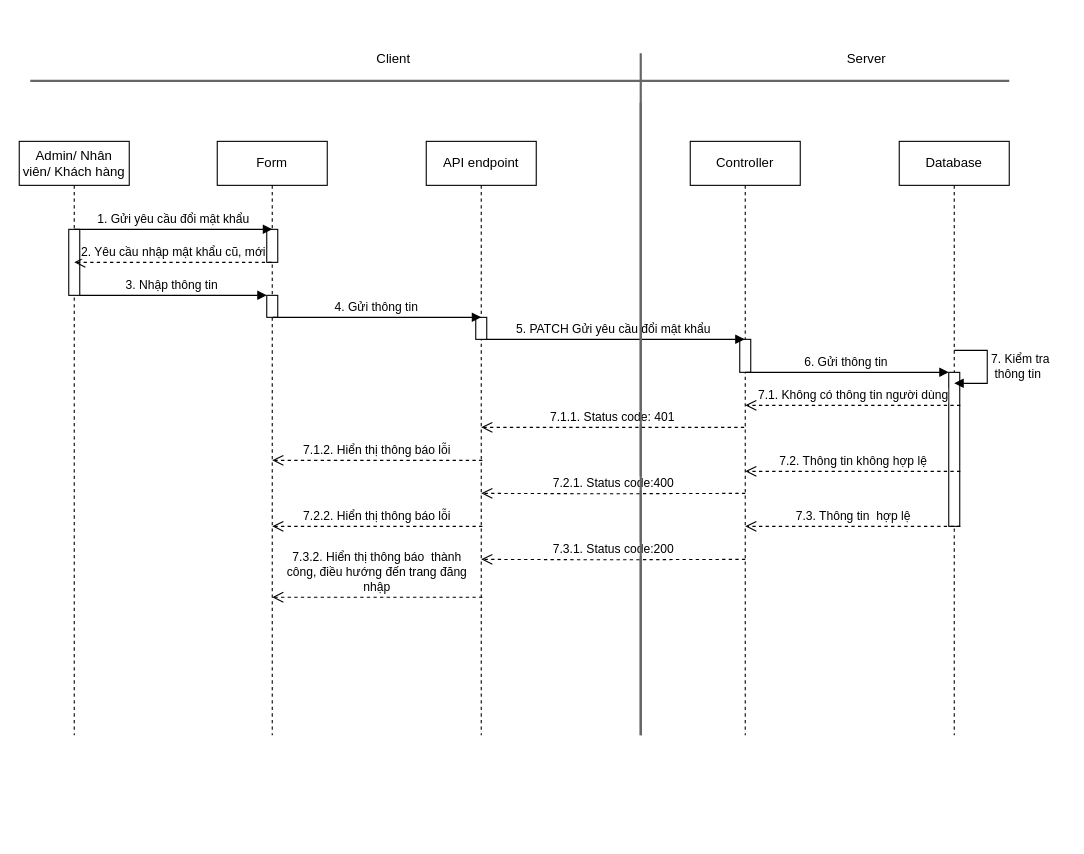
The draw.io diagram page "Page-1" (1 of 5) of SD/SD_QUANLYTAIKHOANCANHAN.drawio in hieuNV0871/da, before the edit. Source tidied: cells renumbered, new cells numbered last; positions are measured from the earlier drawing's top-left corner, leaving out a move shared by most shapes. Both pictures are drawn from the tidied source at 110%, with x=0, y=0 at pixel (19, 42).
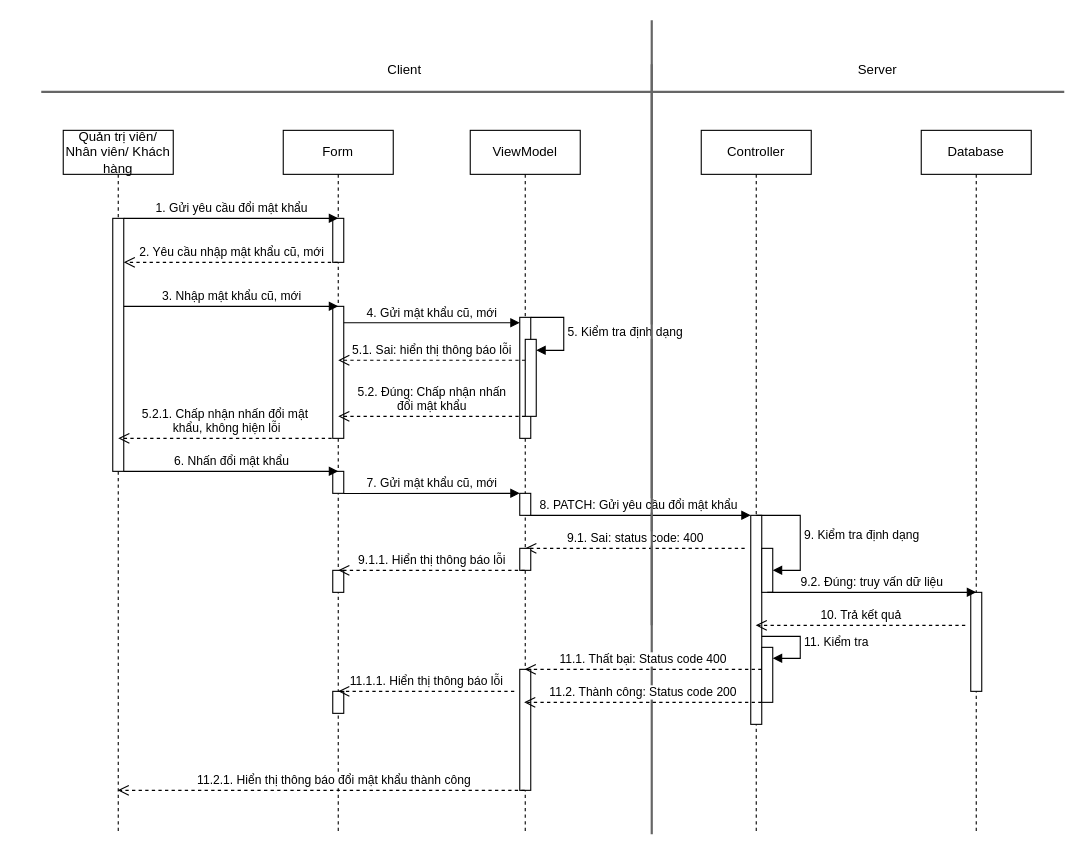
Above is the later version.

The edit, as a diff of the source:
```diff
@@
-    <mxCell id="2" value="Admin/ Nhân viên/ Khách hàng" style="shape=umlLifeline;perimeter=lifelinePerimeter;whiteSpace=wrap;html=1;newEdgeStyle={&quot;curved&quot;:0,&quot;rounded&quot;:0};" parent="1" vertex="1">
-      <mxGeometry y="90" width="100" height="540" as="geometry" />
-    </mxCell>
-    <mxCell id="3" style="html=1;points=[[0,0,0,0,5],[0,1,0,0,-5],[1,0,0,0,5],[1,1,0,0,-5]];perimeter=orthogonalPerimeter;outlineConnect=0;targetShapes=umlLifeline;portConstraint=eastwest;newEdgeStyle={&quot;curved&quot;:0,&quot;rounded&quot;:0};" parent="2" vertex="1">
-      <mxGeometry x="45" y="80" width="10" height="60" as="geometry" />
-    </mxCell>
+    <mxCell id="34" style="line;strokeWidth=2;direction=south;html=1;fillColor=#f5f5f5;fontColor=#333333;strokeColor=#666666;" parent="1" vertex="1">
+      <mxGeometry x="570" y="-20" width="10" height="550" as="geometry" />
+    </mxCell>
+    <mxCell id="35" value="Quản trị viên/ Nhân viên/ Khách hàng" style="shape=umlLifeline;perimeter=lifelinePerimeter;whiteSpace=wrap;html=1;outlineConnect=0;portConstraint=eastwest;newEdgeStyle={&quot;curved&quot;:0,&quot;rounded&quot;:0};" parent="1" vertex="1">
+      <mxGeometry x="40" y="80" width="100" height="640" as="geometry" />
+    </mxCell>
+    <mxCell id="36" style="html=1;points=[[0,0,0,0,5],[0,1,0,0,-5],[1,0,0,0,5],[1,1,0,0,-5]];perimeter=orthogonalPerimeter;outlineConnect=0;targetShapes=umlLifeline;portConstraint=eastwest;newEdgeStyle={&quot;curved&quot;:0,&quot;rounded&quot;:0};" parent="35" vertex="1">
+      <mxGeometry x="45" y="80" width="10" height="230" as="geometry" />
+    </mxCell>
     <mxCell id="4" value="Form" style="shape=umlLifeline;perimeter=lifelinePerimeter;whiteSpace=wrap;html=1;outlineConnect=0;portConstraint=eastwest;newEdgeStyle={&quot;curved&quot;:0,&quot;rounded&quot;:0};" parent="1" vertex="1">
-      <mxGeometry x="180" y="90" width="100" height="540" as="geometry" />
+      <mxGeometry x="240" y="80" width="100" height="640" as="geometry" />
     </mxCell>
-    <mxCell id="5" style="html=1;perimeter=orthogonalPerimeter;targetShapes=umlLifeline;newEdgeStyle={&quot;curved&quot;:0,&quot;rounded&quot;:0};" parent="4" vertex="1">
-      <mxGeometry x="45" y="80" width="10" height="30" as="geometry" />
-    </mxCell>
-    <mxCell id="6" style="html=1;points=[[0,0,0,0,5],[0,1,0,0,-5],[1,0,0,0,5],[1,1,0,0,-5]];perimeter=orthogonalPerimeter;outlineConnect=0;targetShapes=umlLifeline;portConstraint=eastwest;newEdgeStyle={&quot;curved&quot;:0,&quot;rounded&quot;:0};" parent="4" vertex="1">
-      <mxGeometry x="45" y="140" width="10" height="20" as="geometry" />
-    </mxCell>
+    <mxCell id="37" style="html=1;perimeter=orthogonalPerimeter;targetShapes=umlLifeline;newEdgeStyle={&quot;curved&quot;:0,&quot;rounded&quot;:0};" parent="4" vertex="1">
+      <mxGeometry x="45" y="80" width="10" height="40" as="geometry" />
+    </mxCell>
+    <mxCell id="38" style="html=1;points=[[0,0,0,0,5],[0,1,0,0,-5],[1,0,0,0,5],[1,1,0,0,-5]];perimeter=orthogonalPerimeter;outlineConnect=0;targetShapes=umlLifeline;portConstraint=eastwest;newEdgeStyle={&quot;curved&quot;:0,&quot;rounded&quot;:0};" parent="4" vertex="1">
+      <mxGeometry x="45" y="160" width="10" height="120" as="geometry" />
+    </mxCell>
+    <mxCell id="39" style="html=1;perimeter=orthogonalPerimeter;targetShapes=umlLifeline;newEdgeStyle={&quot;curved&quot;:0,&quot;rounded&quot;:0};" parent="4" vertex="1">
+      <mxGeometry x="45" y="310" width="10" height="20" as="geometry" />
+    </mxCell>
+    <mxCell id="40" style="html=1;perimeter=orthogonalPerimeter;targetShapes=umlLifeline;newEdgeStyle={&quot;curved&quot;:0,&quot;rounded&quot;:0};" parent="4" vertex="1">
+      <mxGeometry x="45" y="400" width="10" height="20" as="geometry" />
+    </mxCell>
+    <mxCell id="41" style="html=1;perimeter=orthogonalPerimeter;targetShapes=umlLifeline;newEdgeStyle={&quot;curved&quot;:0,&quot;rounded&quot;:0};" parent="4" vertex="1">
+      <mxGeometry x="45" y="510" width="10" height="20" as="geometry" />
+    </mxCell>
     <mxCell id="7" value="Controller" style="shape=umlLifeline;perimeter=lifelinePerimeter;whiteSpace=wrap;html=1;outlineConnect=0;portConstraint=eastwest;newEdgeStyle={&quot;curved&quot;:0,&quot;rounded&quot;:0};" parent="1" vertex="1">
-      <mxGeometry x="610" y="90" width="100" height="540" as="geometry" />
+      <mxGeometry x="620" y="80" width="100" height="640" as="geometry" />
     </mxCell>
-    <mxCell id="8" style="html=1;perimeter=orthogonalPerimeter;targetShapes=umlLifeline;newEdgeStyle={&quot;curved&quot;:0,&quot;rounded&quot;:0};" parent="7" vertex="1">
-      <mxGeometry x="45" y="180" width="10" height="30" as="geometry" />
-    </mxCell>
+    <mxCell id="42" style="html=1;points=[[0,0,0,0,5],[0,1,0,0,-5],[1,0,0,0,5],[1,1,0,0,-5]];perimeter=orthogonalPerimeter;outlineConnect=0;targetShapes=umlLifeline;portConstraint=eastwest;newEdgeStyle={&quot;curved&quot;:0,&quot;rounded&quot;:0};" parent="7" vertex="1">
+      <mxGeometry x="45" y="350" width="10" height="190" as="geometry" />
+    </mxCell>
+    <mxCell id="43" value="9. Kiểm tra định dạng" style="html=1;align=left;spacingLeft=2;endArrow=block;rounded=0;edgeStyle=orthogonalEdgeStyle;curved=0;rounded=0;exitX=0.5;exitY=0;exitDx=0;exitDy=0;exitPerimeter=0;" parent="7" edge="1" source="42" target="44">
+      <mxGeometry relative="1" as="geometry">
+        <Array as="points">
+          <mxPoint x="90" y="350" />
+          <mxPoint x="90" y="400" />
+        </Array>
+      </mxGeometry>
+    </mxCell>
+    <mxCell id="44" style="html=1;points=[[0,0,0,0,5],[0,1,0,0,-5],[1,0,0,0,5],[1,1,0,0,-5]];perimeter=orthogonalPerimeter;outlineConnect=0;targetShapes=umlLifeline;portConstraint=eastwest;newEdgeStyle={&quot;curved&quot;:0,&quot;rounded&quot;:0};" parent="7" vertex="1">
+      <mxGeometry x="55" y="380" width="10" height="40" as="geometry" />
+    </mxCell>
+    <mxCell id="45" style="html=1;points=[[0,0,0,0,5],[0,1,0,0,-5],[1,0,0,0,5],[1,1,0,0,-5]];perimeter=orthogonalPerimeter;outlineConnect=0;targetShapes=umlLifeline;portConstraint=eastwest;newEdgeStyle={&quot;curved&quot;:0,&quot;rounded&quot;:0};" parent="7" vertex="1">
+      <mxGeometry x="55" y="470" width="10" height="50" as="geometry" />
+    </mxCell>
+    <mxCell id="46" value="11. Kiểm tra" style="html=1;align=left;spacingLeft=2;endArrow=block;rounded=0;edgeStyle=orthogonalEdgeStyle;curved=0;rounded=0;" parent="7" edge="1" target="45">
+      <mxGeometry relative="1" as="geometry">
+        <mxPoint x="55" y="460" as="sourcePoint" />
+        <Array as="points">
+          <mxPoint x="90" y="460" />
+          <mxPoint x="90" y="480" />
+        </Array>
+      </mxGeometry>
+    </mxCell>
-    <mxCell id="9" value="2. Yêu cầu nhập mật khẩu cũ, mới" style="html=1;verticalAlign=bottom;endArrow=open;dashed=1;endSize=8;curved=0;rounded=0;" parent="1" edge="1">
+    <mxCell id="9" value="2. Yêu cầu nhập mật khẩu cũ, mới" style="html=1;verticalAlign=bottom;endArrow=open;dashed=1;endSize=8;curved=0;rounded=0;" parent="1" edge="1" source="4" target="36">
       <mxGeometry relative="1" as="geometry">
-        <mxPoint x="229.5" y="200" as="sourcePoint" />
-        <mxPoint x="50" y="200" as="targetPoint" />
         <Array as="points">
-          <mxPoint x="130" y="200" />
+          <mxPoint x="170" y="200" />
         </Array>
       </mxGeometry>
     </mxCell>
-    <mxCell id="10" value="3. Nhập thông tin&amp;nbsp;" style="html=1;verticalAlign=bottom;endArrow=block;curved=0;rounded=0;" parent="1" edge="1" source="3" target="6">
-      <mxGeometry relative="1" as="geometry" />
-    </mxCell>
+    <mxCell id="47" value="3. Nhập mật khẩu cũ, mới" style="html=1;verticalAlign=bottom;endArrow=block;curved=0;rounded=0;" parent="1" edge="1" source="36">
+      <mxGeometry x="0.01" relative="1" as="geometry">
+        <mxPoint x="290" y="240" as="targetPoint" />
+      </mxGeometry>
+    </mxCell>
     <mxCell id="11" value="1. Gửi yêu cầu đổi mật khẩu" style="html=1;verticalAlign=bottom;endArrow=block;curved=0;rounded=0;" parent="1" edge="1">
       <mxGeometry relative="1" as="geometry">
-        <mxPoint x="50" y="170" as="sourcePoint" />
-        <mxPoint x="230" y="170" as="targetPoint" />
+        <mxPoint x="95" y="160" as="sourcePoint" />
+        <mxPoint x="290" y="160" as="targetPoint" />
       </mxGeometry>
     </mxCell>
-    <mxCell id="12" value="5. PATCH Gửi yêu cầu đổi mật khẩu" style="html=1;verticalAlign=bottom;endArrow=block;curved=0;rounded=0;" parent="1" edge="1" target="7">
-      <mxGeometry relative="1" as="geometry">
-        <mxPoint x="420" y="270" as="sourcePoint" />
-      </mxGeometry>
-    </mxCell>
+    <mxCell id="48" value="8. PATCH: Gửi yêu cầu đổi mật khẩu" style="html=1;verticalAlign=bottom;endArrow=block;curved=0;rounded=0;" parent="1" edge="1">
+      <mxGeometry relative="1" as="geometry">
+        <mxPoint x="460" y="430" as="sourcePoint" />
+        <mxPoint x="665" y="430" as="targetPoint" />
+      </mxGeometry>
+    </mxCell>
+    <mxCell id="49" value="9.1. Sai: status code: 400" style="html=1;verticalAlign=bottom;endArrow=open;dashed=1;endSize=8;curved=0;rounded=0;" parent="1" edge="1">
+      <mxGeometry relative="1" as="geometry">
+        <mxPoint x="659.5" y="460" as="sourcePoint" />
+        <mxPoint x="460" y="460" as="targetPoint" />
+        <Array as="points">
+          <mxPoint x="535" y="460" />
+        </Array>
+      </mxGeometry>
+    </mxCell>
     <mxCell id="13" value="Database" style="shape=umlLifeline;perimeter=lifelinePerimeter;whiteSpace=wrap;html=1;newEdgeStyle={&quot;curved&quot;:0,&quot;rounded&quot;:0};" parent="1" vertex="1">
-      <mxGeometry x="800" y="90" width="100" height="540" as="geometry" />
+      <mxGeometry x="820" y="80" width="100" height="640" as="geometry" />
     </mxCell>
-    <mxCell id="14" style="html=1;points=[[0,0,0,0,5],[0,1,0,0,-5],[1,0,0,0,5],[1,1,0,0,-5]];perimeter=orthogonalPerimeter;outlineConnect=0;targetShapes=umlLifeline;portConstraint=eastwest;newEdgeStyle={&quot;curved&quot;:0,&quot;rounded&quot;:0};" parent="13" vertex="1">
-      <mxGeometry x="45" y="210" width="10" height="140" as="geometry" />
-    </mxCell>
-    <mxCell id="15" style="line;strokeWidth=2;html=1;fillColor=#f5f5f5;fontColor=#333333;strokeColor=#666666;" parent="1" vertex="1">
-      <mxGeometry x="10" y="30" width="890" height="10" as="geometry" />
-    </mxCell>
+    <mxCell id="50" style="html=1;perimeter=orthogonalPerimeter;targetShapes=umlLifeline;newEdgeStyle={&quot;curved&quot;:0,&quot;rounded&quot;:0};" parent="13" vertex="1">
+      <mxGeometry x="45" y="420" width="10" height="90" as="geometry" />
+    </mxCell>
+    <mxCell id="51" style="line;strokeWidth=2;html=1;fillColor=#f5f5f5;fontColor=#333333;strokeColor=#666666;" parent="1" vertex="1">
+      <mxGeometry x="20" y="40" width="930" height="10" as="geometry" />
+    </mxCell>
     <mxCell id="16" value="Server" style="text;html=1;align=center;verticalAlign=middle;strokeColor=none;fillColor=none;" parent="1" vertex="1">
-      <mxGeometry x="740" width="60" height="30" as="geometry" />
+      <mxGeometry x="750" y="10" width="60" height="30" as="geometry" />
     </mxCell>
     <mxCell id="17" value="Client" style="text;html=1;align=center;verticalAlign=middle;strokeColor=none;fillColor=none;" parent="1" vertex="1">
-      <mxGeometry x="315" width="50" height="30" as="geometry" />
+      <mxGeometry x="325" y="10" width="50" height="30" as="geometry" />
     </mxCell>
-    <mxCell id="18" style="line;strokeWidth=2;direction=south;html=1;fillColor=#f5f5f5;fontColor=#333333;strokeColor=#666666;" parent="1" vertex="1">
-      <mxGeometry x="560" y="10" width="10" height="620" as="geometry" />
-    </mxCell>
-    <mxCell id="19" value="API endpoint" style="shape=umlLifeline;perimeter=lifelinePerimeter;whiteSpace=wrap;html=1;newEdgeStyle={&quot;curved&quot;:0,&quot;rounded&quot;:0};" parent="1" vertex="1">
-      <mxGeometry x="370" y="90" width="100" height="540" as="geometry" />
-    </mxCell>
-    <mxCell id="20" style="html=1;perimeter=orthogonalPerimeter;targetShapes=umlLifeline;newEdgeStyle={&quot;curved&quot;:0,&quot;rounded&quot;:0};" parent="19" vertex="1">
-      <mxGeometry x="45" y="160" width="10" height="20" as="geometry" />
-    </mxCell>
-    <mxCell id="21" value="4. Gửi thông tin&amp;nbsp;" style="html=1;verticalAlign=bottom;endArrow=block;curved=0;rounded=0;" parent="1" edge="1">
-      <mxGeometry relative="1" as="geometry">
-        <mxPoint x="230.5" y="250" as="sourcePoint" />
-        <mxPoint x="420" y="250" as="targetPoint" />
-      </mxGeometry>
-    </mxCell>
-    <mxCell id="22" value="7. Kiểm tra&lt;br&gt;&amp;nbsp;thông tin" style="html=1;align=left;spacingLeft=2;endArrow=block;rounded=0;edgeStyle=orthogonalEdgeStyle;curved=0;rounded=0;" parent="1" edge="1">
-      <mxGeometry relative="1" as="geometry">
-        <mxPoint x="850" y="280" as="sourcePoint" />
-        <mxPoint x="850" y="310" as="targetPoint" />
-        <Array as="points">
-          <mxPoint x="880" y="310" />
-        </Array>
-      </mxGeometry>
-    </mxCell>
-    <mxCell id="23" value="6. Gửi thông tin&amp;nbsp;" style="html=1;verticalAlign=bottom;endArrow=block;curved=0;rounded=0;" parent="1" edge="1" target="14">
-      <mxGeometry relative="1" as="geometry">
-        <mxPoint x="660" y="300" as="sourcePoint" />
-      </mxGeometry>
-    </mxCell>
-    <mxCell id="24" value="7.1. Không có thông tin người dùng" style="html=1;verticalAlign=bottom;endArrow=open;dashed=1;endSize=8;curved=0;rounded=0;" parent="1" edge="1">
-      <mxGeometry relative="1" as="geometry">
-        <mxPoint x="855.5" y="330" as="sourcePoint" />
-        <mxPoint x="660" y="330" as="targetPoint" />
-        <Array as="points">
-          <mxPoint x="695.5" y="330" />
-        </Array>
-      </mxGeometry>
-    </mxCell>
-    <mxCell id="25" value="7.2. Thông tin không hợp lệ" style="html=1;verticalAlign=bottom;endArrow=open;dashed=1;endSize=8;curved=0;rounded=0;" parent="1" edge="1">
-      <mxGeometry relative="1" as="geometry">
-        <mxPoint x="855.5" y="390" as="sourcePoint" />
-        <mxPoint x="660" y="390" as="targetPoint" />
-      </mxGeometry>
-    </mxCell>
-    <mxCell id="26" value="7.1.1. Status code: 401" style="html=1;verticalAlign=bottom;endArrow=open;dashed=1;endSize=8;curved=0;rounded=0;" parent="1" edge="1">
-      <mxGeometry relative="1" as="geometry">
-        <mxPoint x="659" y="350" as="sourcePoint" />
-        <mxPoint x="420" y="350" as="targetPoint" />
-        <Array as="points">
-          <mxPoint x="520.5" y="350" />
-        </Array>
-      </mxGeometry>
-    </mxCell>
-    <mxCell id="27" value="7.2.1. Status code:400" style="html=1;verticalAlign=bottom;endArrow=open;dashed=1;endSize=8;curved=0;rounded=0;" parent="1" edge="1">
-      <mxGeometry relative="1" as="geometry">
-        <mxPoint x="660" y="410" as="sourcePoint" />
-        <mxPoint x="420" y="410" as="targetPoint" />
-        <Array as="points">
-          <mxPoint x="530.5" y="410.4" />
-        </Array>
-      </mxGeometry>
-    </mxCell>
-    <mxCell id="28" value="7.1.2. Hiển thị thông báo lỗi" style="html=1;verticalAlign=bottom;endArrow=open;dashed=1;endSize=8;curved=0;rounded=0;" parent="1" edge="1">
-      <mxGeometry relative="1" as="geometry">
-        <mxPoint x="421" y="380" as="sourcePoint" />
-        <mxPoint x="230" y="380" as="targetPoint" />
-      </mxGeometry>
-    </mxCell>
-    <mxCell id="29" value="7.3. Thông tin&amp;nbsp; hợp lệ" style="html=1;verticalAlign=bottom;endArrow=open;dashed=1;endSize=8;curved=0;rounded=0;" parent="1" edge="1">
-      <mxGeometry relative="1" as="geometry">
-        <mxPoint x="855.5" y="440" as="sourcePoint" />
-        <mxPoint x="660" y="440" as="targetPoint" />
-      </mxGeometry>
-    </mxCell>
-    <mxCell id="30" value="7.3.1. Status code:200" style="html=1;verticalAlign=bottom;endArrow=open;dashed=1;endSize=8;curved=0;rounded=0;" parent="1" edge="1">
-      <mxGeometry relative="1" as="geometry">
-        <mxPoint x="660" y="470" as="sourcePoint" />
-        <mxPoint x="420" y="470" as="targetPoint" />
-        <Array as="points">
-          <mxPoint x="530.5" y="470.4" />
-        </Array>
-      </mxGeometry>
-    </mxCell>
-    <mxCell id="31" style="line;strokeWidth=2;direction=south;html=1;fillColor=#f5f5f5;fontColor=#333333;strokeColor=#666666;" parent="1" vertex="1">
-      <mxGeometry x="560" y="55" width="10" height="575" as="geometry" />
-    </mxCell>
-    <mxCell id="32" value="7.2.2. Hiển thị thông báo lỗi" style="html=1;verticalAlign=bottom;endArrow=open;dashed=1;endSize=8;curved=0;rounded=0;" parent="1" edge="1">
-      <mxGeometry relative="1" as="geometry">
-        <mxPoint x="421" y="440" as="sourcePoint" />
-        <mxPoint x="230" y="440" as="targetPoint" />
-      </mxGeometry>
-    </mxCell>
-    <mxCell id="33" value="7.3.2. Hiển thị thông báo&amp;nbsp; thành&lt;br&gt;công, điều hướng đến trang đăng&lt;br&gt;nhập" style="html=1;verticalAlign=bottom;endArrow=open;dashed=1;endSize=8;curved=0;rounded=0;" parent="1" edge="1">
-      <mxGeometry relative="1" as="geometry">
-        <mxPoint x="421" y="504.4" as="sourcePoint" />
-        <mxPoint x="230" y="504.4" as="targetPoint" />
-      </mxGeometry>
-    </mxCell>
+    <mxCell id="52" value="ViewModel" style="shape=umlLifeline;perimeter=lifelinePerimeter;whiteSpace=wrap;html=1;outlineConnect=0;portConstraint=eastwest;newEdgeStyle={&quot;curved&quot;:0,&quot;rounded&quot;:0};" parent="1" vertex="1">
+      <mxGeometry x="410" y="80" width="100" height="640" as="geometry" />
+    </mxCell>
+    <mxCell id="53" style="html=1;perimeter=orthogonalPerimeter;targetShapes=umlLifeline;newEdgeStyle={&quot;curved&quot;:0,&quot;rounded&quot;:0};" parent="52" vertex="1">
+      <mxGeometry x="45" y="170" width="10" height="110" as="geometry" />
+    </mxCell>
+    <mxCell id="54" value="5. Kiểm tra định dạng" style="html=1;align=left;spacingLeft=2;endArrow=block;rounded=0;edgeStyle=orthogonalEdgeStyle;curved=0;rounded=0;" parent="52" edge="1" target="55">
+      <mxGeometry relative="1" as="geometry">
+        <mxPoint x="55" y="170" as="sourcePoint" />
+        <Array as="points">
+          <mxPoint x="85" y="200" />
+        </Array>
+      </mxGeometry>
+    </mxCell>
+    <mxCell id="55" style="html=1;points=[[0,0,0,0,5],[0,1,0,0,-5],[1,0,0,0,5],[1,1,0,0,-5]];perimeter=orthogonalPerimeter;outlineConnect=0;targetShapes=umlLifeline;portConstraint=eastwest;newEdgeStyle={&quot;curved&quot;:0,&quot;rounded&quot;:0};" parent="52" vertex="1">
+      <mxGeometry x="50" y="190" width="10" height="70" as="geometry" />
+    </mxCell>
+    <mxCell id="56" style="html=1;perimeter=orthogonalPerimeter;targetShapes=umlLifeline;newEdgeStyle={&quot;curved&quot;:0,&quot;rounded&quot;:0};" parent="52" vertex="1">
+      <mxGeometry x="45" y="330" width="10" height="20" as="geometry" />
+    </mxCell>
+    <mxCell id="57" style="html=1;perimeter=orthogonalPerimeter;targetShapes=umlLifeline;newEdgeStyle={&quot;curved&quot;:0,&quot;rounded&quot;:0};" parent="52" vertex="1">
+      <mxGeometry x="45" y="380" width="10" height="20" as="geometry" />
+    </mxCell>
+    <mxCell id="58" style="html=1;perimeter=orthogonalPerimeter;targetShapes=umlLifeline;newEdgeStyle={&quot;curved&quot;:0,&quot;rounded&quot;:0};" parent="52" vertex="1">
+      <mxGeometry x="45" y="490" width="10" height="110" as="geometry" />
+    </mxCell>
+    <mxCell id="59" value="4. Gửi mật khẩu cũ, mới" style="html=1;verticalAlign=bottom;endArrow=block;curved=0;rounded=0;" parent="1" edge="1" source="38">
+      <mxGeometry relative="1" as="geometry">
+        <mxPoint x="455" y="254.9" as="targetPoint" />
+      </mxGeometry>
+    </mxCell>
+    <mxCell id="60" style="line;strokeWidth=2;direction=south;html=1;fillColor=#f5f5f5;fontColor=#333333;strokeColor=#666666;" parent="1" vertex="1">
+      <mxGeometry x="570" y="20" width="10" height="700" as="geometry" />
+    </mxCell>
+    <mxCell id="61" value="11.2.1. Hiển thị thông báo đổi mật khẩu thành công" style="html=1;verticalAlign=bottom;endArrow=open;dashed=1;endSize=8;curved=0;rounded=0;" parent="1" edge="1" source="52" target="35">
+      <mxGeometry x="-0.06" relative="1" as="geometry">
+        <Array as="points">
+          <mxPoint x="317.5" y="680" />
+        </Array>
+      </mxGeometry>
+    </mxCell>
+    <mxCell id="62" value="5.1. Sai: hiển thị thông báo lỗi" style="html=1;verticalAlign=bottom;endArrow=open;dashed=1;endSize=8;curved=0;rounded=0;" parent="1" edge="1" source="55">
+      <mxGeometry relative="1" as="geometry">
+        <mxPoint x="290" y="289" as="targetPoint" />
+      </mxGeometry>
+    </mxCell>
+    <mxCell id="63" value="5.2. Đúng: Chấp nhận nhấn&lt;br&gt;đổi mật khẩu" style="html=1;verticalAlign=bottom;endArrow=open;dashed=1;endSize=8;curved=0;rounded=0;" parent="1" edge="1">
+      <mxGeometry relative="1" as="geometry">
+        <mxPoint x="460" y="340" as="sourcePoint" />
+        <mxPoint x="290" y="340" as="targetPoint" />
+      </mxGeometry>
+    </mxCell>
+    <mxCell id="64" value="5.2.1. Chấp nhận nhấn đổi mật&lt;br&gt;&amp;nbsp;khẩu, không hiện lỗi" style="html=1;verticalAlign=bottom;endArrow=open;dashed=1;endSize=8;curved=0;rounded=0;" parent="1" edge="1">
+      <mxGeometry relative="1" as="geometry">
+        <mxPoint x="284" y="360" as="sourcePoint" />
+        <mxPoint x="90" y="360" as="targetPoint" />
+        <Array as="points">
+          <mxPoint x="165" y="360" />
+        </Array>
+      </mxGeometry>
+    </mxCell>
+    <mxCell id="65" value="6. Nhấn đổi mật khẩu" style="html=1;verticalAlign=bottom;endArrow=block;curved=0;rounded=0;" parent="1" edge="1">
+      <mxGeometry relative="1" as="geometry">
+        <mxPoint x="95" y="390" as="sourcePoint" />
+        <mxPoint x="290" y="390" as="targetPoint" />
+      </mxGeometry>
+    </mxCell>
+    <mxCell id="66" value="7. Gửi mật khẩu cũ, mới" style="html=1;verticalAlign=bottom;endArrow=block;curved=0;rounded=0;" parent="1" edge="1">
+      <mxGeometry relative="1" as="geometry">
+        <mxPoint x="295" y="410.1" as="sourcePoint" />
+        <mxPoint x="455" y="410" as="targetPoint" />
+      </mxGeometry>
+    </mxCell>
+    <mxCell id="67" value="9.1.1. Hiển thị thông báo lỗi" style="html=1;verticalAlign=bottom;endArrow=open;dashed=1;endSize=8;curved=0;rounded=0;" parent="1" edge="1">
+      <mxGeometry relative="1" as="geometry">
+        <mxPoint x="459.5" y="480" as="sourcePoint" />
+        <mxPoint x="290" y="480" as="targetPoint" />
+        <Array as="points">
+          <mxPoint x="335" y="480" />
+        </Array>
+      </mxGeometry>
+    </mxCell>
+    <mxCell id="68" value="9.2. Đúng: truy vấn dữ liệu" style="html=1;verticalAlign=bottom;endArrow=block;curved=0;rounded=0;" parent="1" edge="1">
+      <mxGeometry relative="1" as="geometry">
+        <mxPoint x="680" y="500" as="sourcePoint" />
+        <mxPoint x="870" y="500" as="targetPoint" />
+      </mxGeometry>
+    </mxCell>
+    <mxCell id="69" value="10. Trả kết quả" style="html=1;verticalAlign=bottom;endArrow=open;dashed=1;endSize=8;curved=0;rounded=0;" parent="1" edge="1" target="7">
+      <mxGeometry relative="1" as="geometry">
+        <mxPoint x="860" y="530" as="sourcePoint" />
+      </mxGeometry>
+    </mxCell>
+    <mxCell id="70" value="11.1. Thất bại: Status code 400" style="html=1;verticalAlign=bottom;endArrow=open;dashed=1;endSize=8;curved=0;rounded=0;" parent="1" edge="1" target="52">
+      <mxGeometry relative="1" as="geometry">
+        <mxPoint x="674.8" y="570" as="sourcePoint" />
+      </mxGeometry>
+    </mxCell>
+    <mxCell id="71" value="11.2. Thành công: Status code 200" style="html=1;verticalAlign=bottom;endArrow=open;dashed=1;endSize=8;curved=0;rounded=0;" parent="1" edge="1">
+      <mxGeometry relative="1" as="geometry">
+        <mxPoint x="674.8" y="600" as="sourcePoint" />
+        <mxPoint x="459" y="600" as="targetPoint" />
+      </mxGeometry>
+    </mxCell>
+    <mxCell id="72" value="11.1.1. Hiển thị thông báo lỗi" style="html=1;verticalAlign=bottom;endArrow=open;dashed=1;endSize=8;curved=0;rounded=0;" parent="1" edge="1">
+      <mxGeometry relative="1" as="geometry">
+        <mxPoint x="450" y="590" as="sourcePoint" />
+        <mxPoint x="290" y="590" as="targetPoint" />
+        <Array as="points">
+          <mxPoint x="325" y="590" />
+        </Array>
+      </mxGeometry>
+    </mxCell>
```
